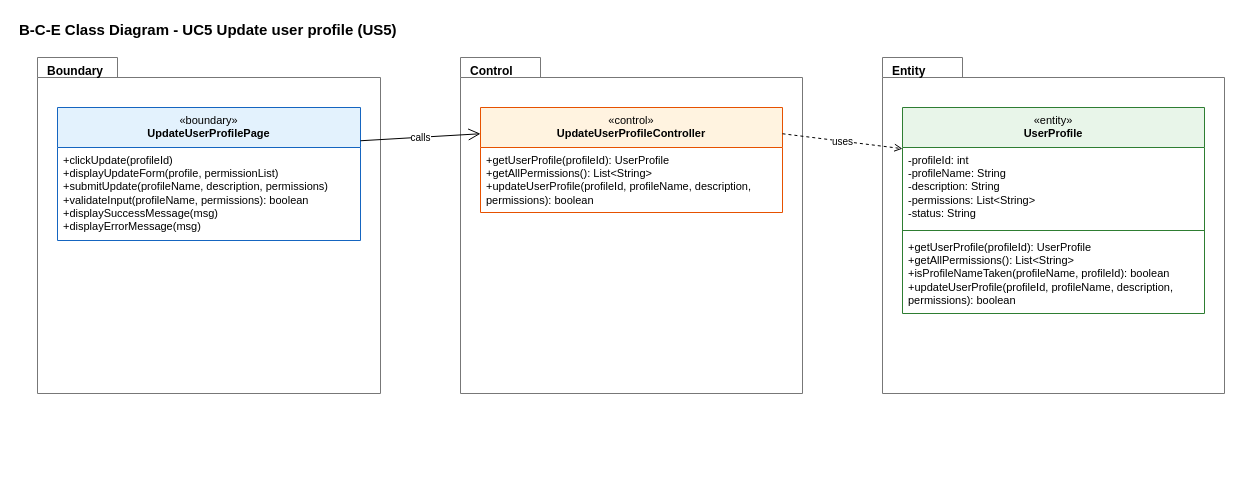
Earlier version of the draw.io diagram page "5 BCE Class Diagram" (6 of 7) of Sprint_1/US5 - Update user profile/US5 Update user profile.drawio (Hanzxc/CSIT314-ARCHSS). Source tidied: cells renumbered, new cells numbered last; positions are measured from the earlier drawing's top-left corner, leaving out a move shared by most shapes. Both pictures are drawn from the tidied source at 100%, with x=0, y=0 at pixel (17, 17).
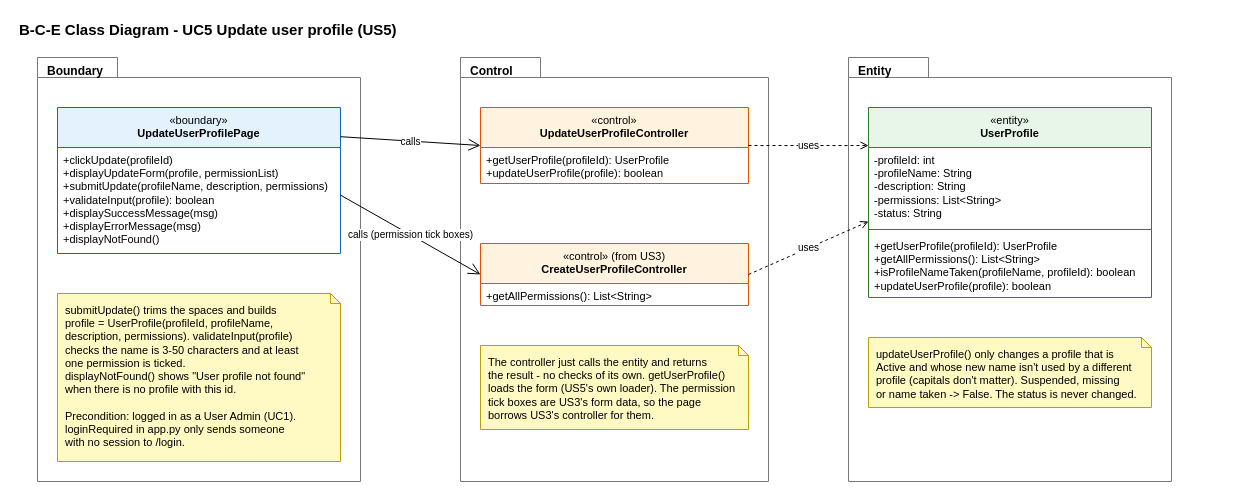
After the change.

What changed in the source:
```diff
@@
     <mxCell id="2" value="&lt;b&gt;Boundary&lt;/b&gt;" style="shape=folder;tabWidth=80;tabHeight=20;tabPosition=left;html=1;verticalAlign=top;align=left;spacingLeft=8;spacingTop=0;fillColor=none;fontSize=12;strokeColor=#777777;fontColor=#000000;" parent="1" vertex="1">
-      <mxGeometry x="20" y="40" width="343" height="336" as="geometry" />
+      <mxGeometry x="20" y="40" width="323" height="424" as="geometry" />
     </mxCell>
     <mxCell id="3" value="&lt;b&gt;Control&lt;/b&gt;" style="shape=folder;tabWidth=80;tabHeight=20;tabPosition=left;html=1;verticalAlign=top;align=left;spacingLeft=8;spacingTop=0;fillColor=none;fontSize=12;strokeColor=#777777;fontColor=#000000;" parent="1" vertex="1">
-      <mxGeometry x="443" y="40" width="342" height="336" as="geometry" />
+      <mxGeometry x="443" y="40" width="308" height="424" as="geometry" />
     </mxCell>
     <mxCell id="4" value="&lt;b&gt;Entity&lt;/b&gt;" style="shape=folder;tabWidth=80;tabHeight=20;tabPosition=left;html=1;verticalAlign=top;align=left;spacingLeft=8;spacingTop=0;fillColor=none;fontSize=12;strokeColor=#777777;fontColor=#000000;" parent="1" vertex="1">
-      <mxGeometry x="865" y="40" width="342" height="336" as="geometry" />
+      <mxGeometry x="831" y="40" width="323" height="424" as="geometry" />
     </mxCell>
-    <mxCell id="5" value="&lt;b&gt;B-C-E Class Diagram - UC5 Update user profile (US5)&lt;/b&gt;" style="text;html=1;strokeColor=none;fillColor=none;align=left;verticalAlign=middle;whiteSpace=nowrap;fontSize=15;fontColor=#000000;" parent="1" vertex="1">
-      <mxGeometry width="443" height="24" as="geometry" />
-    </mxCell>
     <mxCell id="6" value="«boundary»&lt;br&gt;&lt;b&gt;UpdateUserProfilePage&lt;/b&gt;" style="swimlane;fontStyle=0;align=center;verticalAlign=top;horizontal=1;startSize=40;html=1;whiteSpace=wrap;fontSize=11;fillColor=#E3F2FD;strokeColor=#1565C0;swimlaneFillColor=#FFFFFF;fontColor=#000000;" parent="1" vertex="1">
-      <mxGeometry x="40" y="90" width="303" height="133" as="geometry" />
+      <mxGeometry x="40" y="90" width="283" height="146" as="geometry" />
     </mxCell>
-    <mxCell id="7" value="+clickUpdate(profileId)&lt;br&gt;+displayUpdateForm(profile, permissionList)&lt;br&gt;+submitUpdate(profileName, description, permissions)&lt;br&gt;+validateInput(profileName, permissions): boolean&lt;br&gt;+displaySuccessMessage(msg)&lt;br&gt;+displayErrorMessage(msg)" style="text;strokeColor=none;fillColor=none;align=left;verticalAlign=top;spacingLeft=4;spacingRight=4;overflow=hidden;whiteSpace=nowrap;html=1;fontSize=11;fontColor=#000000;" parent="6" vertex="1">
-      <mxGeometry y="40" width="303" height="93" as="geometry" />
-    </mxCell>
+    <mxCell id="16" value="+clickUpdate(profileId)&lt;br&gt;+displayUpdateForm(profile, permissionList)&lt;br&gt;+submitUpdate(profileName, description, permissions)&lt;br&gt;+validateInput(profile): boolean&lt;br&gt;+displaySuccessMessage(msg)&lt;br&gt;+displayErrorMessage(msg)&lt;br&gt;+displayNotFound()" style="text;strokeColor=none;fillColor=none;align=left;verticalAlign=top;spacingLeft=4;spacingRight=4;overflow=hidden;whiteSpace=nowrap;html=1;fontSize=11;fontColor=#000000;" parent="6" vertex="1">
+      <mxGeometry y="40" width="283" height="106" as="geometry" />
+    </mxCell>
     <mxCell id="8" value="«control»&lt;br&gt;&lt;b&gt;UpdateUserProfileController&lt;/b&gt;" style="swimlane;fontStyle=0;align=center;verticalAlign=top;horizontal=1;startSize=40;html=1;whiteSpace=wrap;fontSize=11;fillColor=#FFF3E0;strokeColor=#E65100;swimlaneFillColor=#FFFFFF;fontColor=#000000;" parent="1" vertex="1">
-      <mxGeometry x="463" y="90" width="302" height="105" as="geometry" />
+      <mxGeometry x="463" y="90" width="268" height="76" as="geometry" />
     </mxCell>
-    <mxCell id="9" value="+getUserProfile(profileId): UserProfile&lt;br&gt;+getAllPermissions(): List&amp;lt;String&amp;gt;&lt;br&gt;+updateUserProfile(profileId, profileName, description,&lt;br&gt;        permissions): boolean" style="text;strokeColor=none;fillColor=none;align=left;verticalAlign=top;spacingLeft=4;spacingRight=4;overflow=hidden;whiteSpace=nowrap;html=1;fontSize=11;fontColor=#000000;" parent="8" vertex="1">
-      <mxGeometry y="40" width="302" height="65" as="geometry" />
-    </mxCell>
+    <mxCell id="17" value="+getUserProfile(profileId): UserProfile&lt;br&gt;+updateUserProfile(profile): boolean" style="text;strokeColor=none;fillColor=none;align=left;verticalAlign=top;spacingLeft=4;spacingRight=4;overflow=hidden;whiteSpace=nowrap;html=1;fontSize=11;fontColor=#000000;" parent="8" vertex="1">
+      <mxGeometry y="40" width="268" height="36" as="geometry" />
+    </mxCell>
+    <mxCell id="18" value="«control» (from US3)&lt;br&gt;&lt;b&gt;CreateUserProfileController&lt;/b&gt;" style="swimlane;fontStyle=0;align=center;verticalAlign=top;horizontal=1;startSize=40;html=1;whiteSpace=wrap;fontSize=11;fillColor=#FFF3E0;strokeColor=#E65100;swimlaneFillColor=#FFFFFF;fontColor=#000000;" parent="1" vertex="1">
+      <mxGeometry x="463" y="226" width="268" height="62" as="geometry" />
+    </mxCell>
+    <mxCell id="19" value="+getAllPermissions(): List&amp;lt;String&amp;gt;" style="text;strokeColor=none;fillColor=none;align=left;verticalAlign=top;spacingLeft=4;spacingRight=4;overflow=hidden;whiteSpace=nowrap;html=1;fontSize=11;fontColor=#000000;" parent="18" vertex="1">
+      <mxGeometry y="40" width="268" height="22" as="geometry" />
+    </mxCell>
     <mxCell id="10" value="«entity»&lt;br&gt;&lt;b&gt;UserProfile&lt;/b&gt;" style="swimlane;fontStyle=0;align=center;verticalAlign=top;horizontal=1;startSize=40;html=1;whiteSpace=wrap;fontSize=11;fillColor=#E8F5E9;strokeColor=#2E7D32;swimlaneFillColor=#FFFFFF;fontColor=#000000;" parent="1" vertex="1">
-      <mxGeometry x="885" y="90" width="302" height="206" as="geometry" />
+      <mxGeometry x="851" y="90" width="283" height="190" as="geometry" />
     </mxCell>
     <mxCell id="11" value="-profileId: int&lt;br&gt;-profileName: String&lt;br&gt;-description: String&lt;br&gt;-permissions: List&amp;lt;String&amp;gt;&lt;br&gt;-status: String" style="text;strokeColor=none;fillColor=none;align=left;verticalAlign=top;spacingLeft=4;spacingRight=4;overflow=hidden;whiteSpace=nowrap;html=1;fontSize=11;fontColor=#000000;" parent="10" vertex="1">
-      <mxGeometry y="40" width="302" height="79" as="geometry" />
+      <mxGeometry y="40" width="283" height="78" as="geometry" />
     </mxCell>
-    <mxCell id="12" style="line;strokeWidth=1;fillColor=none;align=left;verticalAlign=middle;spacingTop=-1;spacingLeft=3;spacingRight=3;labelPosition=right;strokeColor=#2E7D32;fontColor=#000000;" parent="10" vertex="1">
-      <mxGeometry y="119" width="302" height="8" as="geometry" />
-    </mxCell>
-    <mxCell id="13" value="+getUserProfile(profileId): UserProfile&lt;br&gt;+getAllPermissions(): List&amp;lt;String&amp;gt;&lt;br&gt;+isProfileNameTaken(profileName, profileId): boolean&lt;br&gt;+updateUserProfile(profileId, profileName, description,&lt;br&gt;        permissions): boolean" style="text;strokeColor=none;fillColor=none;align=left;verticalAlign=top;spacingLeft=4;spacingRight=4;overflow=hidden;whiteSpace=nowrap;html=1;fontSize=11;fontColor=#000000;" parent="10" vertex="1">
-      <mxGeometry y="127" width="302" height="79" as="geometry" />
-    </mxCell>
+    <mxCell id="20" style="line;strokeWidth=1;fillColor=none;align=left;verticalAlign=middle;spacingTop=-1;spacingLeft=3;spacingRight=3;labelPosition=right;strokeColor=#2E7D32;fontColor=#000000;" parent="10" vertex="1">
+      <mxGeometry y="118" width="283" height="8" as="geometry" />
+    </mxCell>
+    <mxCell id="21" value="+getUserProfile(profileId): UserProfile&lt;br&gt;+getAllPermissions(): List&amp;lt;String&amp;gt;&lt;br&gt;+isProfileNameTaken(profileName, profileId): boolean&lt;br&gt;+updateUserProfile(profile): boolean" style="text;strokeColor=none;fillColor=none;align=left;verticalAlign=top;spacingLeft=4;spacingRight=4;overflow=hidden;whiteSpace=nowrap;html=1;fontSize=11;fontColor=#000000;" parent="10" vertex="1">
+      <mxGeometry y="126" width="283" height="64" as="geometry" />
+    </mxCell>
+    <mxCell id="22" value="submitUpdate() trims the spaces and builds&lt;br&gt;profile = UserProfile(profileId, profileName,&lt;br&gt;description, permissions). validateInput(profile)&lt;br&gt;checks the name is 3-50 characters and at least&lt;br&gt;one permission is ticked.&lt;br&gt;displayNotFound() shows &amp;quot;User profile not found&amp;quot;&lt;br&gt;when there is no profile with this id.&lt;br&gt;&lt;br&gt;Precondition: logged in as a User Admin (UC1).&lt;br&gt;loginRequired in app.py only sends someone&lt;br&gt;with no session to /login." style="shape=note;whiteSpace=wrap;html=1;size=10;fillColor=#FFF9C4;strokeColor=#B8A100;align=left;verticalAlign=top;spacingLeft=6;spacingRight=4;spacingTop=4;fontSize=11;fontColor=#000000;" parent="1" vertex="1">
+      <mxGeometry x="40" y="276" width="283" height="168" as="geometry" />
+    </mxCell>
+    <mxCell id="23" value="The controller just calls the entity and returns&lt;br&gt;the result - no checks of its own. getUserProfile()&lt;br&gt;loads the form (US5&amp;#x27;s own loader). The permission&lt;br&gt;tick boxes are US3&amp;#x27;s form data, so the page&lt;br&gt;borrows US3&amp;#x27;s controller for them." style="shape=note;whiteSpace=wrap;html=1;size=10;fillColor=#FFF9C4;strokeColor=#B8A100;align=left;verticalAlign=top;spacingLeft=6;spacingRight=4;spacingTop=4;fontSize=11;fontColor=#000000;" parent="1" vertex="1">
+      <mxGeometry x="463" y="328" width="268" height="84" as="geometry" />
+    </mxCell>
+    <mxCell id="24" value="updateUserProfile() only changes a profile that is&lt;br&gt;Active and whose new name isn&amp;#x27;t used by a different&lt;br&gt;profile (capitals don&amp;#x27;t matter). Suspended, missing&lt;br&gt;or name taken -&amp;gt; False. The status is never changed." style="shape=note;whiteSpace=wrap;html=1;size=10;fillColor=#FFF9C4;strokeColor=#B8A100;align=left;verticalAlign=top;spacingLeft=6;spacingRight=4;spacingTop=4;fontSize=11;fontColor=#000000;" parent="1" vertex="1">
+      <mxGeometry x="851" y="320" width="283" height="70" as="geometry" />
+    </mxCell>
-    <mxCell id="14" value="calls" style="endArrow=open;endFill=0;endSize=10;html=1;rounded=0;fontSize=10;fontColor=#000000;strokeColor=#000000;labelBackgroundColor=#FFFFFF;exitX=1;exitY=0.25;exitDx=0;exitDy=0;entryX=0;entryY=0.25;entryDx=0;entryDy=0;" parent="1" edge="1" source="6" target="8">
+    <mxCell id="14" value="calls" style="endArrow=open;endFill=0;endSize=10;html=1;rounded=0;fontSize=10;fontColor=#000000;strokeColor=#000000;labelBackgroundColor=#FFFFFF;exitX=1;exitY=0.2;exitDx=0;exitDy=0;entryX=0;entryY=0.5;entryDx=0;entryDy=0;" parent="1" edge="1" source="6" target="8">
       <mxGeometry relative="1" as="geometry" />
     </mxCell>
+    <mxCell id="25" value="calls (permission tick boxes)" style="endArrow=open;endFill=0;endSize=10;html=1;rounded=0;fontSize=10;fontColor=#000000;strokeColor=#000000;labelBackgroundColor=#FFFFFF;exitX=1;exitY=0.6;exitDx=0;exitDy=0;entryX=0;entryY=0.5;entryDx=0;entryDy=0;" parent="1" edge="1" source="6" target="18">
+      <mxGeometry relative="1" as="geometry" />
+    </mxCell>
-    <mxCell id="15" value="uses" style="endArrow=open;endFill=0;dashed=1;html=1;rounded=0;fontSize=10;fontColor=#000000;strokeColor=#000000;labelBackgroundColor=#FFFFFF;exitX=1;exitY=0.25;exitDx=0;exitDy=0;entryX=0;entryY=0.2;entryDx=0;entryDy=0;" parent="1" edge="1" source="8" target="10">
+    <mxCell id="15" value="uses" style="endArrow=open;endFill=0;dashed=1;html=1;rounded=0;fontSize=10;fontColor=#000000;strokeColor=#000000;labelBackgroundColor=#FFFFFF;exitX=1;exitY=0.5;exitDx=0;exitDy=0;entryX=0;entryY=0.2;entryDx=0;entryDy=0;" parent="1" edge="1" source="8" target="10">
       <mxGeometry relative="1" as="geometry" />
     </mxCell>
+    <mxCell id="26" value="uses" style="endArrow=open;endFill=0;dashed=1;html=1;rounded=0;fontSize=10;fontColor=#000000;strokeColor=#000000;labelBackgroundColor=#FFFFFF;exitX=1;exitY=0.5;exitDx=0;exitDy=0;entryX=0;entryY=0.6;entryDx=0;entryDy=0;" parent="1" edge="1" source="18" target="10">
+      <mxGeometry relative="1" as="geometry" />
+    </mxCell>
+    <mxCell id="5" value="&lt;b&gt;B-C-E Class Diagram - UC5 Update user profile (US5)&lt;/b&gt;" style="text;html=1;strokeColor=none;fillColor=none;align=left;verticalAlign=middle;whiteSpace=nowrap;fontSize=15;fontColor=#000000;" parent="1" vertex="1">
+      <mxGeometry width="384" height="24" as="geometry" />
+    </mxCell>
```
